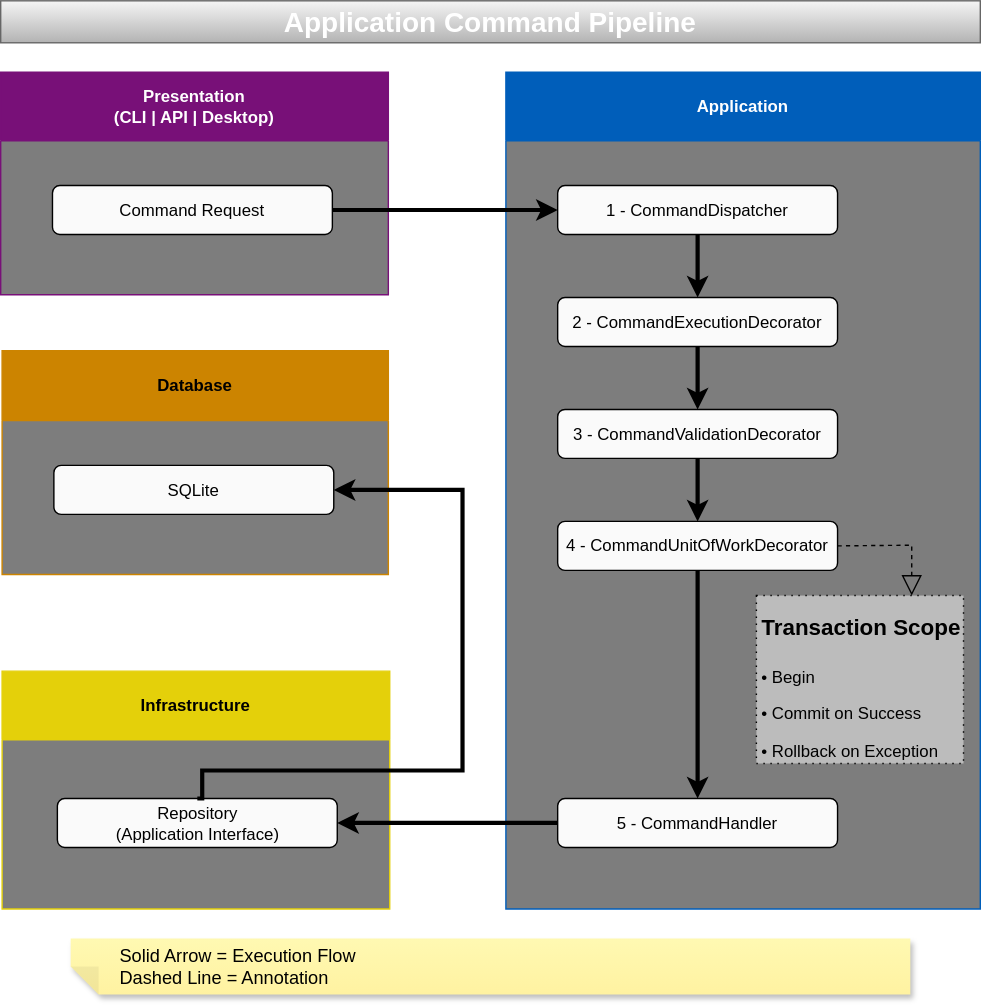
This is docs/application/application-command-pipeline.svg from sergio-lopes-developer/whoami, a draw.io export, as it was before one commit. Source tidied: cells renumbered, new cells last; positions are measured from the earlier drawing's top-left corner, leaving out a move shared by most shapes.
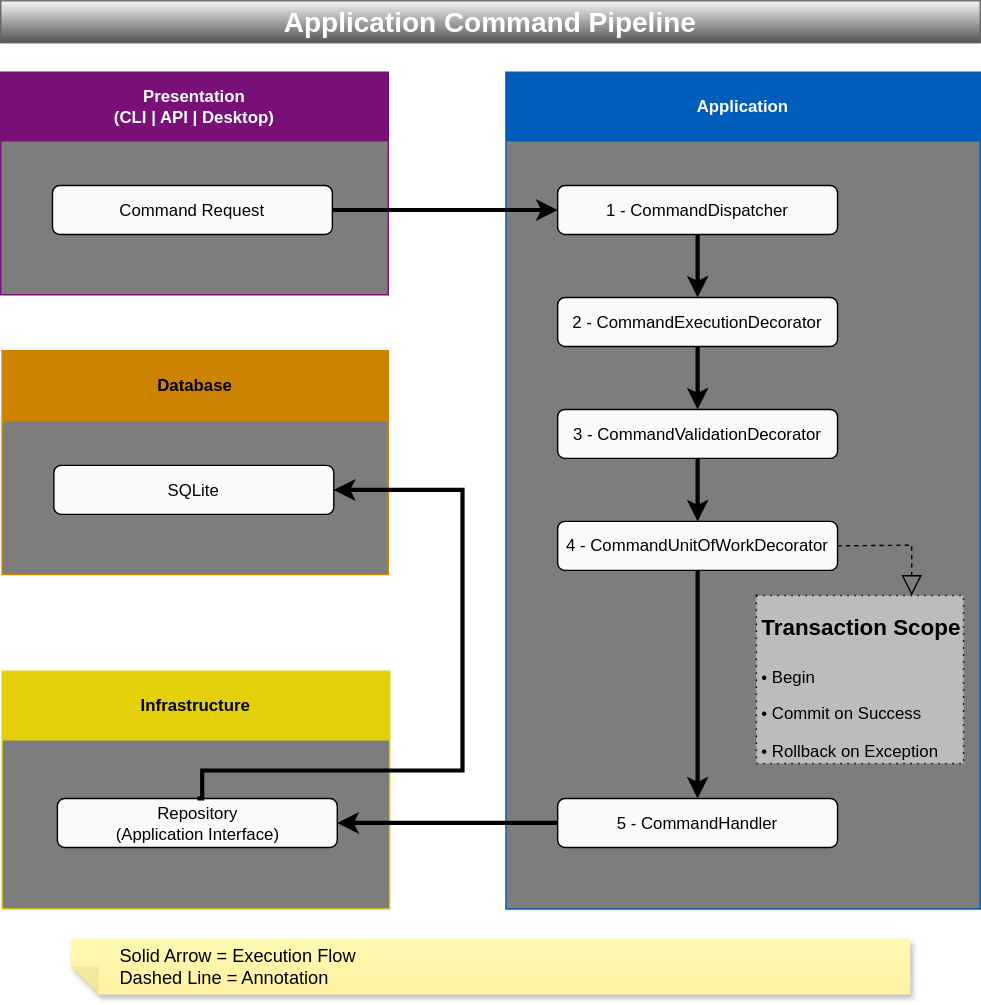
After the commit.

Commit message:
docs: fix diagram title backgrounds

Change to the diagram source:
```diff
@@ -60,7 +60,7 @@
     <mxCell id="19" style="edgeStyle=orthogonalEdgeStyle;rounded=0;jettySize=auto;html=1;entryX=1;entryY=0.5;entryDx=0;entryDy=0;strokeWidth=3;strokeColor=light-dark(#000000,#FFFFFF);" parent="1" edge="1" source="13" target="17">
       <mxGeometry relative="1" as="geometry" />
     </mxCell>
-    <mxCell id="20" value="&lt;font style=&quot;color: light-dark(rgb(255, 255, 255), rgb(255, 255, 255));&quot;&gt;Application Command Pipeline&lt;/font&gt;" style="text;html=1;whiteSpace=wrap;strokeColor=#666666;fillColor=#f5f5f5;align=center;verticalAlign=middle;rounded=0;fontSize=20;fontStyle=1;fillStyle=solid;gradientColor=#b3b3b3;fontColor=light-dark(#FFFFFF,#FFFFFF);" parent="1" vertex="1">
+    <mxCell id="20" value="&lt;font style=&quot;color: light-dark(rgb(255, 255, 255), rgb(255, 255, 255));&quot;&gt;Application Command Pipeline&lt;/font&gt;" style="text;html=1;whiteSpace=wrap;strokeColor=#666666;fillColor=#f5f5f5;align=center;verticalAlign=middle;rounded=0;fontSize=20;fontStyle=1;fillStyle=solid;gradientColor=light-dark(#535353,#535353);fontColor=light-dark(#FFFFFF,#FFFFFF);" parent="1" vertex="1">
       <mxGeometry width="700" height="30" as="geometry" />
     </mxCell>
     <mxCell id="21" value="Database" style="swimlane;whiteSpace=wrap;html=1;fillColor=light-dark(#CC8400,#CC8400);strokeColor=light-dark(#CC8400,#CC8400);startSize=50;fontColor=light-dark(#000000,#000000);swimlaneFillColor=light-dark(#7D7D7D,#7D7D7D);gradientColor=none;fillStyle=solid;" parent="1" vertex="1">
```
